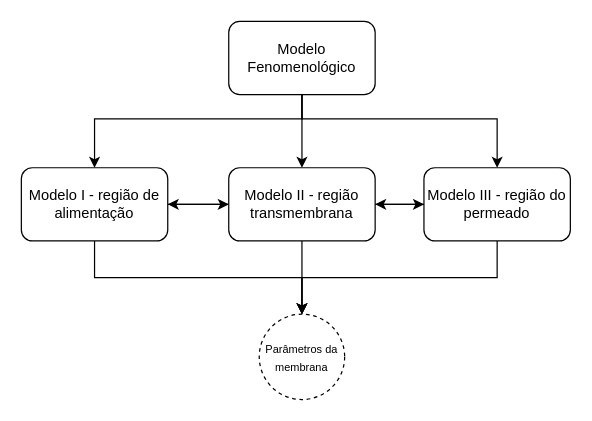
igcampos/Mestrado keeps this draw.io diagram as diagrama_info_1.drawio. Above is the earlier version. Source tidied: cells renumbered, new cells numbered last; positions are measured from the earlier drawing's top-left corner, leaving out a move shared by most shapes. Both pictures are drawn from the tidied source at 122%, with x=0, y=0 at pixel (21, 21).
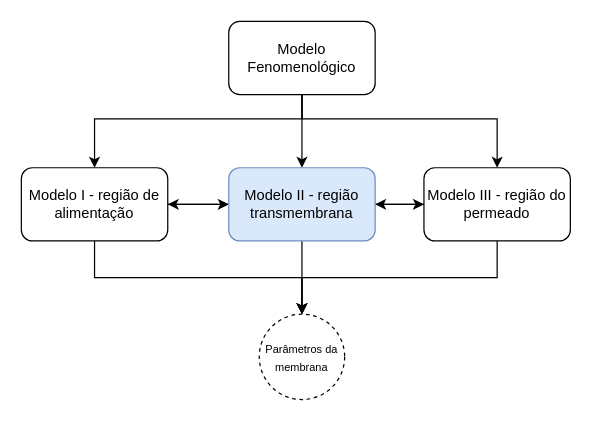
The same page after the edit.

Diff of the diagram source:
```diff
@@
-    <mxCell id="15" value="Modelo II - região transmembrana" style="rounded=1;whiteSpace=wrap;html=1;" parent="1" vertex="1">
+    <mxCell id="15" value="Modelo II - região transmembrana" style="rounded=1;whiteSpace=wrap;html=1;fillColor=#dae8fc;strokeColor=#6c8ebf;" parent="1" vertex="1">
       <mxGeometry x="170" y="120" width="120" height="60" as="geometry" />
     </mxCell>
```
